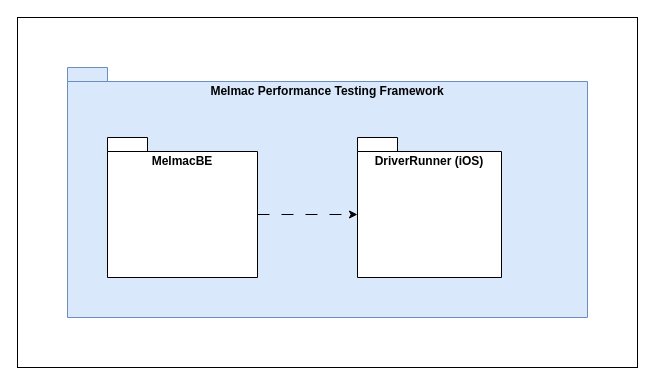
Above: docs/global-artifacts/03.design/implementation-view/level-2/drawio/L2-IV.drawio in Mindera/Alfie-Melmac-Performance-Testing (draw.io), before the change. Source tidied: cells renumbered, new cells numbered last; positions are measured from the earlier drawing's top-left corner, leaving out a move shared by most shapes. Both pictures are drawn from the tidied source at 100%, with x=0, y=0 at pixel (17, 17).
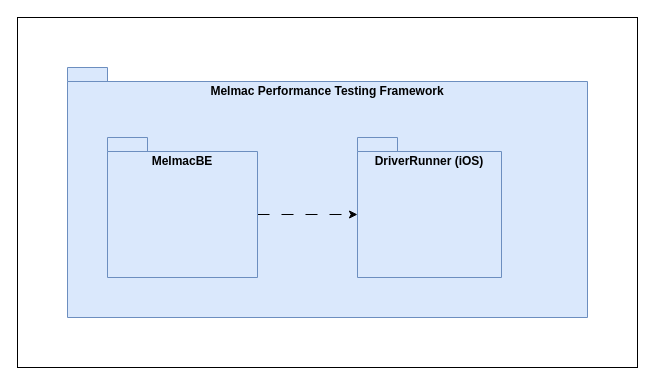
The same page after the edit.

Commit message (it also covers changes not shown here):
Added Logica View for MelmacBE alternative

Change to the diagram source:
```diff
@@
 <mxGraphModel>
   <root>
     <mxCell id="0" />
     <mxCell id="1" parent="0" />
     <mxCell id="2" style="rounded=0;whiteSpace=wrap;html=1;" parent="1" vertex="1">
       <mxGeometry width="620" height="350" as="geometry" />
     </mxCell>
     <mxCell id="3" value="Melmac Performance Testing Framework" style="shape=folder;fontStyle=1;spacingTop=10;tabWidth=40;tabHeight=14;tabPosition=left;html=1;whiteSpace=wrap;align=center;verticalAlign=top;fillColor=#dae8fc;strokeColor=#6c8ebf;" parent="1" vertex="1">
       <mxGeometry x="50" y="50" width="520" height="250" as="geometry" />
     </mxCell>
     <mxCell id="4" style="edgeStyle=none;html=1;entryX=0;entryY=0;entryDx=0;entryDy=77;entryPerimeter=0;exitX=0;exitY=0;exitDx=150;exitDy=77;exitPerimeter=0;strokeColor=default;dashed=1;dashPattern=12 12;" parent="1" edge="1" source="5" target="6">
       <mxGeometry relative="1" as="geometry" />
     </mxCell>
-    <mxCell id="5" value="MelmacBE" style="shape=folder;fontStyle=1;spacingTop=10;tabWidth=40;tabHeight=14;tabPosition=left;html=1;whiteSpace=wrap;verticalAlign=top;" parent="1" vertex="1">
+    <mxCell id="5" value="MelmacBE" style="shape=folder;fontStyle=1;spacingTop=10;tabWidth=40;tabHeight=14;tabPosition=left;html=1;whiteSpace=wrap;verticalAlign=top;fillColor=#dae8fc;strokeColor=#6c8ebf;" parent="1" vertex="1">
       <mxGeometry x="90" y="120" width="150" height="140" as="geometry" />
     </mxCell>
-    <mxCell id="6" value="DriverRunner (iOS)" style="shape=folder;fontStyle=1;spacingTop=10;tabWidth=40;tabHeight=14;tabPosition=left;html=1;whiteSpace=wrap;verticalAlign=top;" parent="1" vertex="1">
+    <mxCell id="6" value="DriverRunner (iOS)" style="shape=folder;fontStyle=1;spacingTop=10;tabWidth=40;tabHeight=14;tabPosition=left;html=1;whiteSpace=wrap;verticalAlign=top;fillColor=#dae8fc;strokeColor=#6c8ebf;" parent="1" vertex="1">
       <mxGeometry x="340" y="120" width="144" height="140" as="geometry" />
     </mxCell>
     <mxCell id="7" parent="0" />
     <mxCell id="8" parent="0" />
   </root>
 </mxGraphModel>
```
